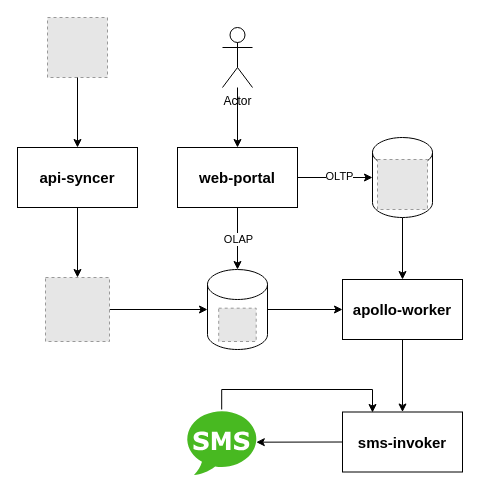
Above: apollo.drawio in DouTiao-Tech/apollo-marketing (draw.io), before the change. Source tidied: cells renumbered, new cells numbered last; positions are measured from the earlier drawing's top-left corner, leaving out a move shared by most shapes. Both pictures are drawn from the tidied source at 100%, with x=0, y=0 at pixel (17, 17). Pictures stored in the file or linked from it are replaced by grey dashed boxes.
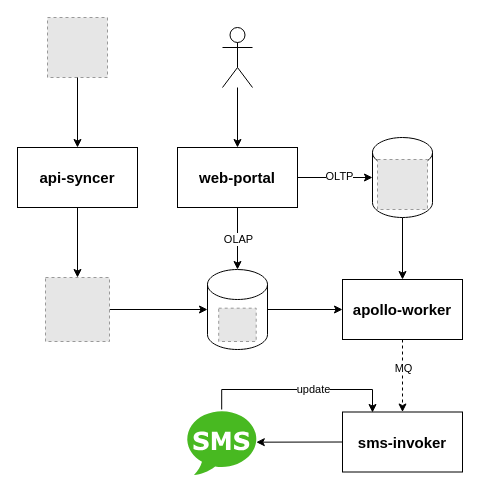
Above is the later version.

The change refers to these unchanged cells:
```xml
<mxCell id="20" value="web-portal" style="rounded=0;whiteSpace=wrap;html=1;fontSize=15;fontStyle=1;" parent="1" vertex="1">
  <mxGeometry x="160" y="130" width="120" height="60" as="geometry" />
</mxCell>
<mxCell id="22" value="apollo-worker" style="rounded=0;whiteSpace=wrap;html=1;fontSize=15;fontStyle=1;" parent="1" vertex="1">
  <mxGeometry x="325" y="262" width="120" height="60" as="geometry" />
</mxCell>
<mxCell id="24" value="sms-invoker" style="rounded=0;whiteSpace=wrap;html=1;fontSize=15;fontStyle=1;" parent="1" vertex="1">
  <mxGeometry x="325" y="394.5" width="120" height="60" as="geometry" />
</mxCell>
<mxCell id="25" style="edgeStyle=orthogonalEdgeStyle;rounded=0;jettySize=auto;html=1;fontSize=15;" parent="1" edge="1" source="26">
  <mxGeometry relative="1" as="geometry">
    <mxPoint x="355" y="395" as="targetPoint" />
    <Array as="points">
      <mxPoint x="204" y="372" />
      <mxPoint x="355" y="372" />
      <mxPoint x="355" y="394" />
    </Array>
  </mxGeometry>
</mxCell>
```

What changed in the source:
```diff
@@
     <mxCell id="11" style="edgeStyle=orthogonalEdgeStyle;rounded=0;jettySize=auto;html=1;" parent="1" edge="1" source="12" target="20">
-      <mxGeometry relative="1" as="geometry" />
+      <mxGeometry relative="1" as="geometry">
+        <Array as="points">
+          <mxPoint x="220" y="50" />
+          <mxPoint x="220" y="50" />
+        </Array>
+      </mxGeometry>
     </mxCell>
-    <mxCell id="12" value="Actor" style="shape=umlActor;verticalLabelPosition=bottom;verticalAlign=top;html=1;outlineConnect=0;" parent="1" vertex="1">
+    <mxCell id="12" style="shape=umlActor;verticalLabelPosition=bottom;verticalAlign=top;html=1;outlineConnect=0;" parent="1" vertex="1">
       <mxGeometry x="205" y="10" width="30" height="60" as="geometry" />
     </mxCell>
@@
-    <mxCell id="21" style="edgeStyle=none;rounded=0;jettySize=auto;html=1;exitX=0.5;exitY=1;exitDx=0;exitDy=0;entryX=0.5;entryY=0;entryDx=0;entryDy=0;" parent="1" edge="1" source="22" target="24">
+    <mxCell id="21" style="edgeStyle=none;rounded=0;jettySize=auto;html=1;exitX=0.5;exitY=1;exitDx=0;exitDy=0;entryX=0.5;entryY=0;entryDx=0;entryDy=0;dashed=1;" parent="1" edge="1" source="22" target="24">
       <mxGeometry relative="1" as="geometry" />
     </mxCell>
+    <mxCell id="27" value="MQ" style="edgeLabel;html=1;align=center;verticalAlign=middle;" parent="21" vertex="1">
+      <mxGeometry x="0.43" y="1" relative="1" as="geometry">
+        <mxPoint x="-1" y="-24" as="offset" />
+      </mxGeometry>
+    </mxCell>
@@
+    <mxCell id="28" value="update" style="edgeLabel;html=1;align=center;verticalAlign=middle;" parent="25" vertex="1">
+      <mxGeometry x="0.3" y="1" relative="1" as="geometry">
+        <mxPoint x="-15" as="offset" />
+      </mxGeometry>
+    </mxCell>
```
